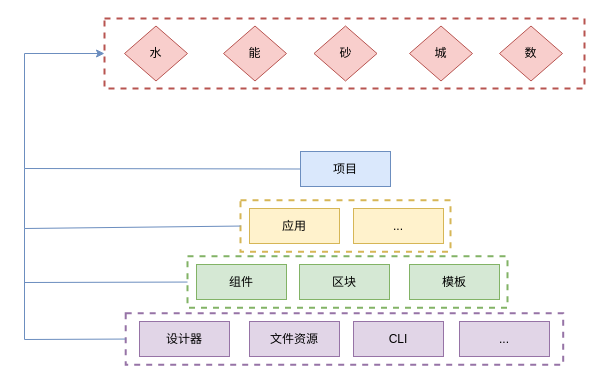
The draw.io diagram 低代码——金字塔结构成果复用.drawio in tangyaosimida/love, before the edit. Source tidied: cells renumbered, new cells numbered last; positions are measured from the earlier drawing's top-left corner, leaving out a move shared by most shapes. Both pictures are drawn from the tidied source at 100%, with x=0, y=0 at pixel (24, 18).
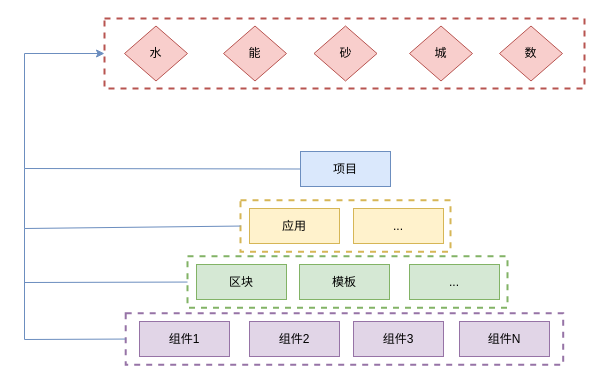
After the change.

Commit message:
更新低代码——金字塔结构成果复用.drawio

What changed in the source:
```diff
@@
+    <mxCell id="20" style="rounded=0;whiteSpace=wrap;html=1;fillColor=none;strokeColor=#82b366;dashed=1;strokeWidth=2;" parent="1" vertex="1">
+      <mxGeometry x="163" y="237.8" width="320" height="51.5" as="geometry" />
+    </mxCell>
+    <mxCell id="21" style="rounded=0;whiteSpace=wrap;html=1;fillColor=none;strokeColor=#9673a6;dashed=1;strokeWidth=2;" parent="1" vertex="1">
+      <mxGeometry x="101.2" y="294.8" width="437.5" height="51.5" as="geometry" />
+    </mxCell>
@@
-    <mxCell id="3" value="设计器" style="rounded=0;whiteSpace=wrap;html=1;fillColor=#e1d5e7;strokeColor=#9673a6;" parent="1" vertex="1">
+    <mxCell id="3" value="组件1" style="rounded=0;whiteSpace=wrap;html=1;fillColor=#e1d5e7;strokeColor=#9673a6;" parent="1" vertex="1">
       <mxGeometry x="115" y="303" width="90" height="35" as="geometry" />
     </mxCell>
-    <mxCell id="4" value="文件资源" style="rounded=0;whiteSpace=wrap;html=1;fillColor=#e1d5e7;strokeColor=#9673a6;" parent="1" vertex="1">
+    <mxCell id="4" value="组件2" style="rounded=0;whiteSpace=wrap;html=1;fillColor=#e1d5e7;strokeColor=#9673a6;" parent="1" vertex="1">
       <mxGeometry x="225" y="303" width="90" height="35" as="geometry" />
     </mxCell>
-    <mxCell id="5" value="CLI" style="rounded=0;whiteSpace=wrap;html=1;fillColor=#e1d5e7;strokeColor=#9673a6;" parent="1" vertex="1">
+    <mxCell id="5" value="组件3" style="rounded=0;whiteSpace=wrap;html=1;fillColor=#e1d5e7;strokeColor=#9673a6;" parent="1" vertex="1">
       <mxGeometry x="329" y="303" width="90" height="35" as="geometry" />
     </mxCell>
-    <mxCell id="6" value="..." style="rounded=0;whiteSpace=wrap;html=1;fillColor=#e1d5e7;strokeColor=#9673a6;" parent="1" vertex="1">
+    <mxCell id="6" value="组件N" style="rounded=0;whiteSpace=wrap;html=1;fillColor=#e1d5e7;strokeColor=#9673a6;" parent="1" vertex="1">
       <mxGeometry x="435" y="303" width="90" height="35" as="geometry" />
     </mxCell>
-    <mxCell id="7" value="组件" style="rounded=0;whiteSpace=wrap;html=1;fillColor=#d5e8d4;strokeColor=#82b366;" parent="1" vertex="1">
+    <mxCell id="7" value="区块" style="rounded=0;whiteSpace=wrap;html=1;fillColor=#d5e8d4;strokeColor=#82b366;" parent="1" vertex="1">
       <mxGeometry x="172" y="246" width="90" height="35" as="geometry" />
     </mxCell>
-    <mxCell id="8" value="区块" style="rounded=0;whiteSpace=wrap;html=1;fillColor=#d5e8d4;strokeColor=#82b366;" parent="1" vertex="1">
+    <mxCell id="8" value="模板" style="rounded=0;whiteSpace=wrap;html=1;fillColor=#d5e8d4;strokeColor=#82b366;" parent="1" vertex="1">
       <mxGeometry x="275" y="246" width="90" height="35" as="geometry" />
     </mxCell>
-    <mxCell id="9" value="模板" style="rounded=0;whiteSpace=wrap;html=1;fillColor=#d5e8d4;strokeColor=#82b366;" parent="1" vertex="1">
+    <mxCell id="9" value="..." style="rounded=0;whiteSpace=wrap;html=1;fillColor=#d5e8d4;strokeColor=#82b366;" parent="1" vertex="1">
       <mxGeometry x="385" y="246" width="90" height="35" as="geometry" />
     </mxCell>
@@
-    <mxCell id="20" style="rounded=0;whiteSpace=wrap;html=1;fillColor=none;strokeColor=#82b366;dashed=1;strokeWidth=2;" parent="1" vertex="1">
-      <mxGeometry x="163" y="237.8" width="320" height="51.5" as="geometry" />
-    </mxCell>
-    <mxCell id="21" style="rounded=0;whiteSpace=wrap;html=1;fillColor=none;strokeColor=#9673a6;dashed=1;strokeWidth=2;" parent="1" vertex="1">
-      <mxGeometry x="101.2" y="294.8" width="437.5" height="51.5" as="geometry" />
-    </mxCell>
```
